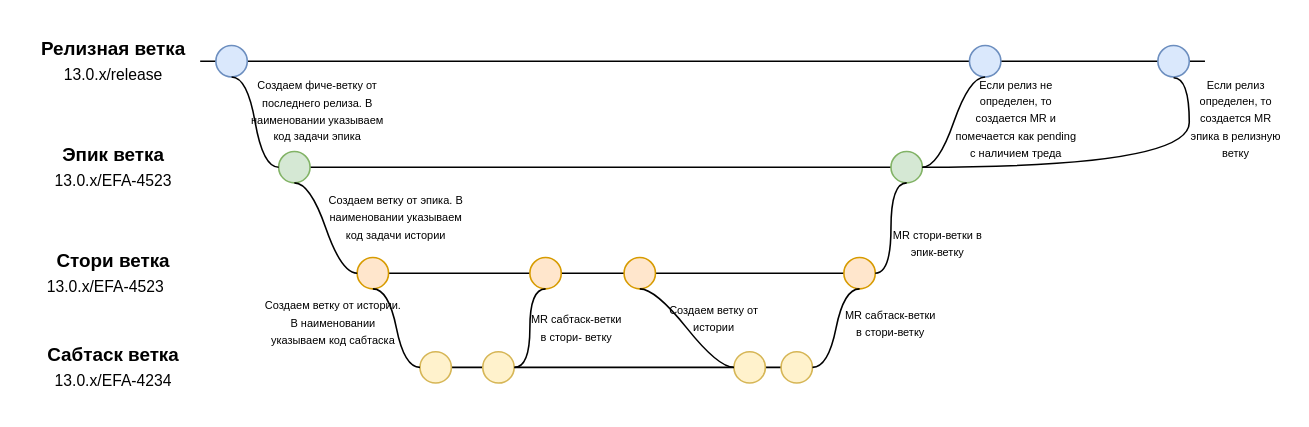
Above: EFA-processes/branches-flow.drawio in effective-group/docs-drawio (draw.io), before the change. Source tidied: cells renumbered, new cells numbered last; positions are measured from the earlier drawing's top-left corner, leaving out a move shared by most shapes. Both pictures are drawn from the tidied source at 157%, with x=0, y=0 at pixel (27, 27).
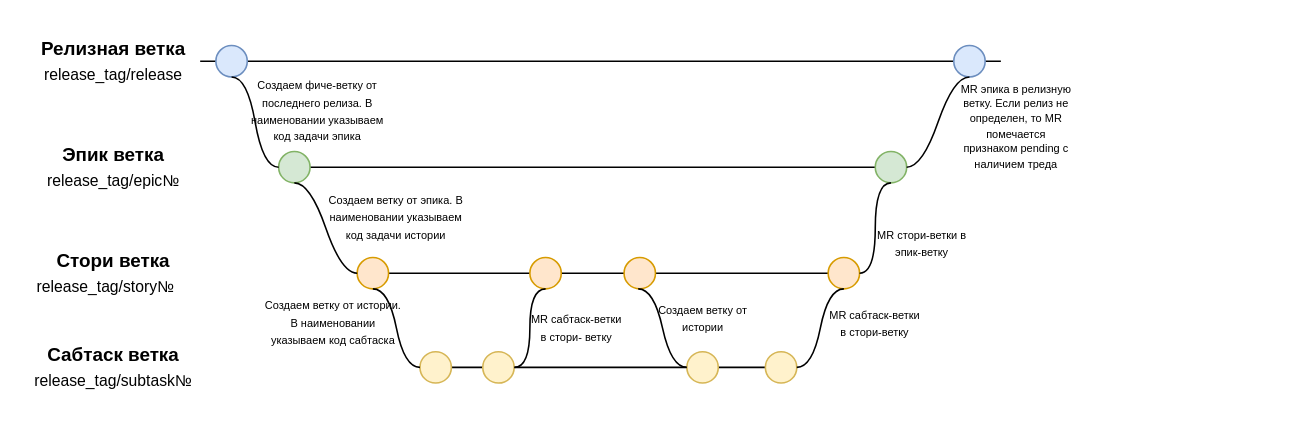
Above is the later version.

The edit, as a diff of the source:
```diff
@@
     <mxCell id="2" style="line;strokeWidth=1;fillColor=none;align=left;verticalAlign=middle;spacingTop=-1;spacingLeft=3;spacingRight=3;labelPosition=right;" parent="1" vertex="1">
-      <mxGeometry x="110" y="17.5" width="640" height="8" as="geometry" />
+      <mxGeometry x="110" y="17.5" width="510" height="8" as="geometry" />
     </mxCell>
@@
-    <mxCell id="4" value="13.0.x/release" style="text;align=center;fontStyle=0;verticalAlign=middle;spacingLeft=3;spacingRight=3;strokeColor=none;fontSize=10;" parent="1" vertex="1">
+    <mxCell id="4" value="release_tag/release" style="text;align=center;fontStyle=0;verticalAlign=middle;spacingLeft=3;spacingRight=3;strokeColor=none;fontSize=10;" parent="1" vertex="1">
       <mxGeometry x="30" y="17.5" width="50" height="25.5" as="geometry" />
     </mxCell>
@@
     <mxCell id="6" style="line;strokeWidth=1;fillColor=none;align=left;verticalAlign=middle;spacingTop=-1;spacingLeft=3;spacingRight=3;labelPosition=right;" parent="1" vertex="1">
-      <mxGeometry x="160" y="85" width="410" height="8" as="geometry" />
+      <mxGeometry x="160" y="85" width="400" height="8" as="geometry" />
     </mxCell>
@@
-    <mxCell id="8" value="13.0.x/EFA-4523" style="text;align=center;fontStyle=0;verticalAlign=middle;spacingLeft=3;spacingRight=3;strokeColor=none;fontSize=10;" parent="1" vertex="1">
+    <mxCell id="8" value="release_tag/epic№" style="text;align=center;fontStyle=0;verticalAlign=middle;spacingLeft=3;spacingRight=3;strokeColor=none;fontSize=10;" parent="1" vertex="1">
       <mxGeometry x="30" y="84.5" width="50" height="26" as="geometry" />
     </mxCell>
     <mxCell id="9" style="line;strokeWidth=1;fillColor=none;align=left;verticalAlign=middle;spacingTop=-1;spacingLeft=3;spacingRight=3;labelPosition=right;" parent="1" vertex="1">
-      <mxGeometry x="210" y="152.5" width="330" height="8" as="geometry" />
+      <mxGeometry x="210" y="152.5" width="320" height="8" as="geometry" />
     </mxCell>
@@
-    <mxCell id="11" value="13.0.x/EFA-4523" style="text;align=center;fontStyle=0;verticalAlign=middle;spacingLeft=3;spacingRight=3;strokeColor=none;fontSize=10;" parent="1" vertex="1">
+    <mxCell id="11" value="release_tag/story№" style="text;align=center;fontStyle=0;verticalAlign=middle;spacingLeft=3;spacingRight=3;strokeColor=none;fontSize=10;" parent="1" vertex="1">
       <mxGeometry y="152" width="100" height="26" as="geometry" />
     </mxCell>
     <mxCell id="12" style="line;strokeWidth=1;fillColor=none;align=left;verticalAlign=middle;spacingTop=-1;spacingLeft=3;spacingRight=3;labelPosition=right;" parent="1" vertex="1">
-      <mxGeometry x="250" y="212.5" width="250" height="8" as="geometry" />
+      <mxGeometry x="250" y="212.5" width="240" height="8" as="geometry" />
     </mxCell>
@@
-    <mxCell id="14" value="13.0.x/EFA-4234" style="text;align=center;fontStyle=0;verticalAlign=middle;spacingLeft=3;spacingRight=3;strokeColor=none;fontSize=10;" parent="1" vertex="1">
+    <mxCell id="14" value="release_tag/subtask№" style="text;align=center;fontStyle=0;verticalAlign=middle;spacingLeft=3;spacingRight=3;strokeColor=none;fontSize=10;" parent="1" vertex="1">
       <mxGeometry x="30" y="212" width="50" height="26" as="geometry" />
     </mxCell>
@@
     <mxCell id="20" style="ellipse;fillColor=#fff2cc;strokeColor=#d6b656;fontSize=10;" parent="1" vertex="1">
-      <mxGeometry x="450" y="206.5" width="20" height="20" as="geometry" />
+      <mxGeometry x="420" y="206.5" width="20" height="20" as="geometry" />
     </mxCell>
     <mxCell id="21" style="ellipse;fillColor=#fff2cc;strokeColor=#d6b656;fontSize=10;" parent="1" vertex="1">
-      <mxGeometry x="480" y="206.5" width="20" height="20" as="geometry" />
+      <mxGeometry x="470" y="206.5" width="20" height="20" as="geometry" />
     </mxCell>
@@
-    <mxCell id="25" style="edgeStyle=entityRelationEdgeStyle;startArrow=none;endArrow=none;segment=10;curved=1;fontSize=10;entryX=0;entryY=0.5;entryDx=0;entryDy=0;" parent="1" edge="1" target="20">
-      <mxGeometry relative="1" as="geometry">
-        <mxPoint x="390" y="166.5" as="sourcePoint" />
-      </mxGeometry>
-    </mxCell>
     <mxCell id="26" style="ellipse;fillColor=#d5e8d4;strokeColor=#82b366;fontSize=10;" parent="1" vertex="1">
-      <mxGeometry x="550" y="79" width="20" height="20" as="geometry" />
+      <mxGeometry x="540" y="79" width="20" height="20" as="geometry" />
     </mxCell>
@@
     <mxCell id="29" style="ellipse;fillColor=#ffe6cc;strokeColor=#d79b00;fontSize=10;" parent="1" vertex="1">
-      <mxGeometry x="520" y="146.5" width="20" height="20" as="geometry" />
+      <mxGeometry x="510" y="146.5" width="20" height="20" as="geometry" />
     </mxCell>
@@
-    <mxCell id="32" style="ellipse;fillColor=#dae8fc;strokeColor=#6c8ebf;fontSize=10;" parent="1" vertex="1">
-      <mxGeometry x="720" y="11.5" width="20" height="20" as="geometry" />
-    </mxCell>
@@
     <mxCell id="35" value="&lt;span style=&quot;font-size: 7px&quot;&gt;Создаем ветку от истории&lt;/span&gt;" style="text;html=1;strokeColor=none;fillColor=none;align=center;verticalAlign=middle;whiteSpace=wrap;rounded=0;fontSize=9;" parent="1" vertex="1">
-      <mxGeometry x="405" y="175" width="65" height="20" as="geometry" />
+      <mxGeometry x="397.5" y="175" width="65" height="20" as="geometry" />
     </mxCell>
@@
     <mxCell id="37" value="&lt;span style=&quot;font-size: 7px&quot;&gt;MR стори-ветки в эпик-ветку&lt;/span&gt;" style="text;html=1;strokeColor=none;fillColor=none;align=center;verticalAlign=middle;whiteSpace=wrap;rounded=0;fontSize=9;" parent="1" vertex="1">
-      <mxGeometry x="550" y="126.5" width="60" height="20" as="geometry" />
+      <mxGeometry x="540" y="126.5" width="60" height="20" as="geometry" />
     </mxCell>
     <mxCell id="38" value="&lt;span style=&quot;font-size: 7px&quot;&gt;MR сабтаск-ветки в стори-ветку&lt;/span&gt;" style="text;html=1;strokeColor=none;fillColor=none;align=center;verticalAlign=middle;whiteSpace=wrap;rounded=0;fontSize=9;" parent="1" vertex="1">
-      <mxGeometry x="520" y="178" width="60" height="20" as="geometry" />
+      <mxGeometry x="510" y="178" width="60" height="20" as="geometry" />
     </mxCell>
-    <mxCell id="39" value="&lt;span style=&quot;font-size: 7px&quot;&gt;Если релиз не определен, то создается MR и помечается как pending с наличием треда&lt;/span&gt;" style="text;html=1;strokeColor=none;fillColor=none;align=center;verticalAlign=middle;whiteSpace=wrap;rounded=0;fontSize=9;" parent="1" vertex="1">
-      <mxGeometry x="590" y="47.5" width="80" height="20" as="geometry" />
-    </mxCell>
     <mxCell id="40" style="ellipse;fillColor=#dae8fc;strokeColor=#6c8ebf;fontSize=10;" parent="1" vertex="1">
-      <mxGeometry x="600" y="11.5" width="20" height="20" as="geometry" />
+      <mxGeometry x="590" y="11.5" width="20" height="20" as="geometry" />
     </mxCell>
@@
-    <mxCell id="42" style="edgeStyle=entityRelationEdgeStyle;startArrow=none;endArrow=none;segment=10;curved=1;fontSize=10;entryX=1;entryY=0.5;entryDx=0;entryDy=0;" parent="1" edge="1" target="26">
-      <mxGeometry relative="1" as="geometry">
-        <mxPoint x="730" y="32" as="sourcePoint" />
-      </mxGeometry>
-    </mxCell>
-    <mxCell id="43" value="&lt;span style=&quot;font-size: 7px&quot;&gt;Если релиз определен, то создается MR эпика в релизную ветку&lt;/span&gt;" style="text;html=1;strokeColor=none;fillColor=none;align=center;verticalAlign=middle;whiteSpace=wrap;rounded=0;fontSize=9;" parent="1" vertex="1">
-      <mxGeometry x="740" y="47.5" width="60" height="20" as="geometry" />
+    <mxCell id="43" value="&lt;font style=&quot;font-size: 7px;&quot;&gt;MR эпика в релизную ветку. Если релиз не определен, то MR помечается признаком&amp;nbsp;pending с наличием треда&lt;/font&gt;" style="text;html=1;strokeColor=none;fillColor=none;align=center;verticalAlign=middle;whiteSpace=wrap;rounded=0;fontSize=8;" parent="1" vertex="1">
+      <mxGeometry x="590" y="43" width="80" height="40" as="geometry" />
     </mxCell>
@@
+    <mxCell id="45" style="edgeStyle=entityRelationEdgeStyle;startArrow=none;endArrow=none;segment=10;curved=1;fontSize=10;exitX=0.5;exitY=1;exitDx=0;exitDy=0;entryX=0;entryY=0.5;entryDx=0;entryDy=0;" parent="1" edge="1" target="20">
+      <mxGeometry relative="1" as="geometry">
+        <mxPoint x="389" y="166.5" as="sourcePoint" />
+      </mxGeometry>
+    </mxCell>
```
